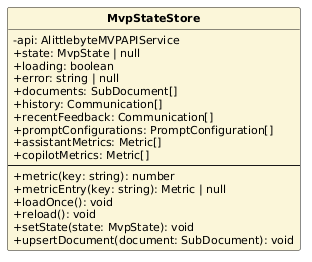
This is PB/Specifica Tecnica/ImmaginiSpecificaTecnica/ClassiSingoleFrontend/MvpStateStore.png from aLittleByte-19/Documentazione, a PlantUML export, as it was before one commit.
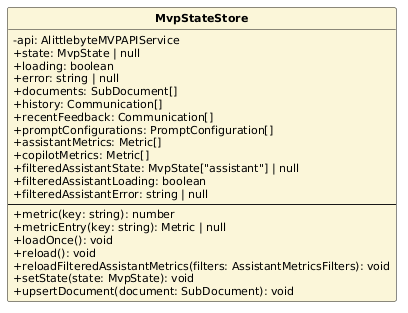
Later version of the same file.

Diff of the diagram source:
```diff
@@ -16,11 +16,15 @@
   +promptConfigurations: PromptConfiguration[]
   +assistantMetrics: Metric[]
   +copilotMetrics: Metric[]
+  +filteredAssistantState: MvpState["assistant"] | null
+  +filteredAssistantLoading: boolean
+  +filteredAssistantError: string | null
   --
   +metric(key: string): number
   +metricEntry(key: string): Metric | null
   +loadOnce(): void
   +reload(): void
+  +reloadFilteredAssistantMetrics(filters: AssistantMetricsFilters): void
   +setState(state: MvpState): void
   +upsertDocument(document: SubDocument): void
 }
```
